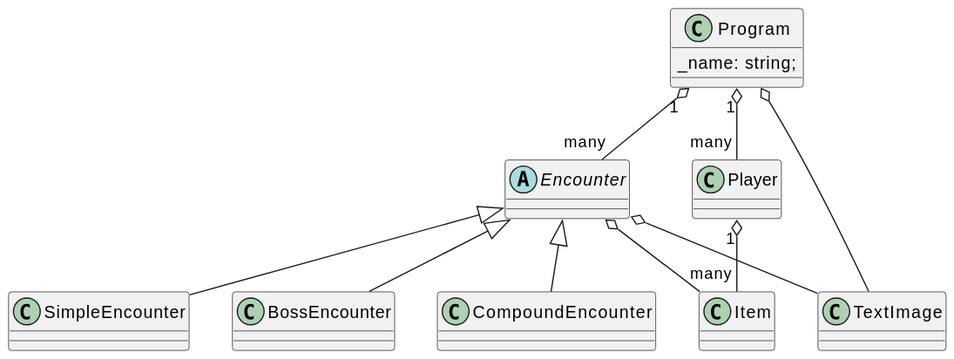
The PlantUML diagram out/ClassDiagram/Dungeon.svg in crewsbd/cse210, before a commit. Source of this version:
```plantuml
@startuml
static class Program {
    _name: string;
}
abstract class Encounter {

}
class SimpleEncounter {

}
class BossEncounter {

}
class CompoundEncounter {

}
class Player {

}
class Item {

}
class TextImage {

}

Encounter <|-- SimpleEncounter
Encounter <|-- BossEncounter
Encounter <|-- CompoundEncounter
Program "1" o-- "many" Encounter
Program "1" o-- "many" Player
Player "1" o-- "many" Item
Encounter o-- TextImage
Program o-- TextImage
Encounter o-- Item



@end

PlantUML version 1.2023.1(Sun Jan 29 04:58:56 PST 2023)
(GPL source distribution)
Java Runtime: Java(TM) SE Runtime Environment
JVM: Java HotSpot(TM) 64-Bit Server VM
Default Encoding: UTF-8
Language: en
Country: US
@enduml
```
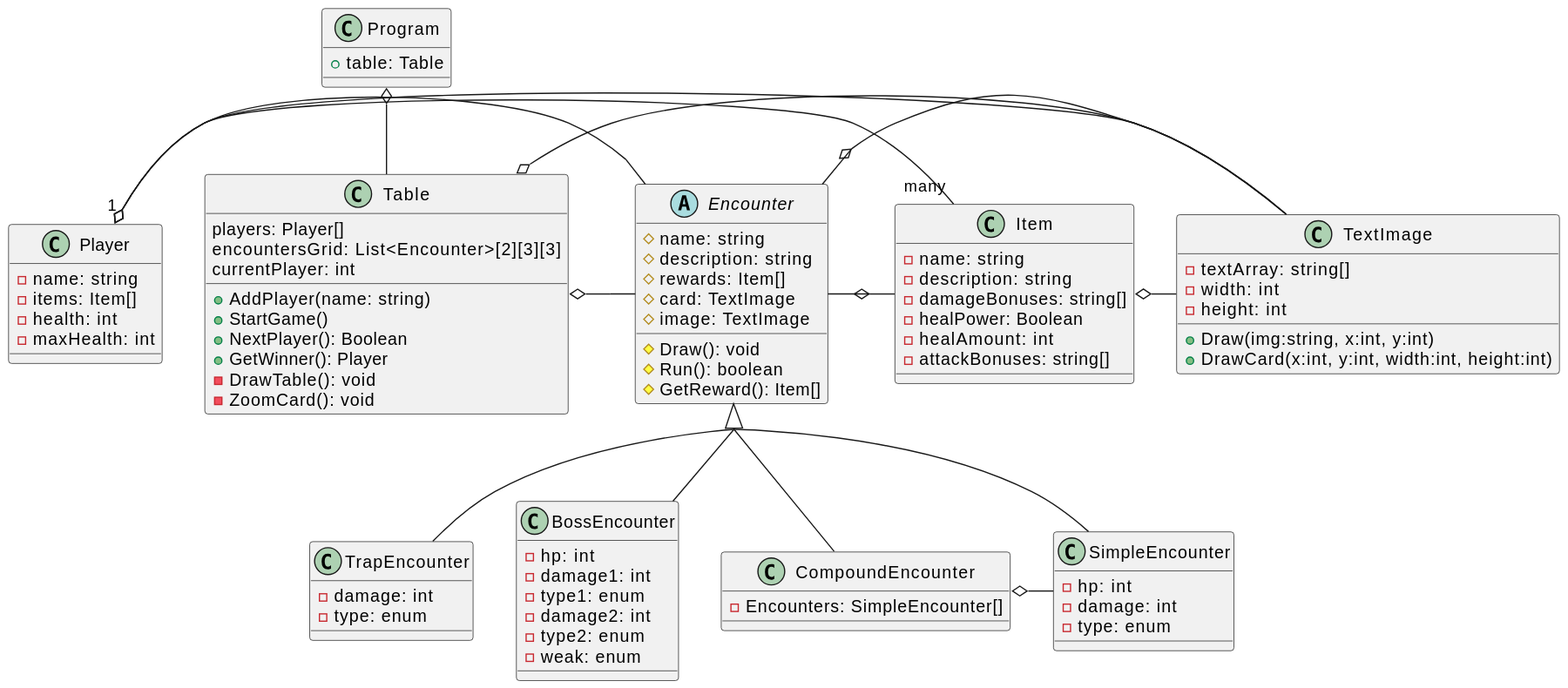
After the change.

The edit, as a diff of the source:
```diff
@@ -1,48 +1,88 @@
 @startuml
 static class Program {
-    _name: string;
+    +table: Table
 }
 abstract class Encounter {
-
+    #name: string
+    #description: string
+    #rewards: Item[]
+    #card: TextImage
+    #image: TextImage
+    #Draw(): void
+    #Run(): boolean
+    #GetReward(): Item[]
 }
-class SimpleEncounter {
-
-}
-class BossEncounter {
-
-}
-class CompoundEncounter {
-
+together {
+    class SimpleEncounter {
+        -hp: int
+        -damage: int
+        -type: enum
+    }
+    class BossEncounter {
+        -hp: int
+        -damage1: int
+        -type1: enum
+        -damage2: int
+        -type2: enum
+        -weak: enum
+    }
+    class CompoundEncounter {
+        -Encounters: SimpleEncounter[]
+    }
+    class TrapEncounter {
+        -damage: int
+        -type: enum
+    }
 }
 class Player {
+    -name: string
+    -items: Item[]
+    -health: int
+    -maxHealth: int
+}
+class Table {
+    players: Player[]
+    encountersGrid: List<Encounter>[2][3][3]
+    currentPlayer: int
 
+    +AddPlayer(name: string)
+    +StartGame()
+    +NextPlayer(): Boolean
+    +GetWinner(): Player
+    -DrawTable(): void
+    -ZoomCard(): void
 }
 class Item {
-
+    -name: string
+    -description: string
+    -damageBonuses: string[]
+    -healPower: Boolean
+    -healAmount: int
+    -attackBonuses: string[]
 }
 class TextImage {
+    -textArray: string[]
+    -width: int
+    -height: int
+    +Draw(img:string, x:int, y:int)
+    +DrawCard(x:int, y:int, width:int, height:int)
 
 }
 
+skinparam groupInheritance 2
+
+Program o-- Table
 Encounter <|-- SimpleEncounter
 Encounter <|-- BossEncounter
 Encounter <|-- CompoundEncounter
-Program "1" o-- "many" Encounter
-Program "1" o-- "many" Player
-Player "1" o-- "many" Item
-Encounter o-- TextImage
-Program o-- TextImage
-Encounter o-- Item
-
-
-
-@end
-
-PlantUML version 1.2023.1(Sun Jan 29 04:58:56 PST 2023)
-(GPL source distribution)
-Java Runtime: Java(TM) SE Runtime Environment
-JVM: Java HotSpot(TM) 64-Bit Server VM
-Default Encoding: UTF-8
-Language: en
-Country: US
+Encounter <|-- TrapEncounter
+Player "1" o- "many" Item
+Encounter o- TextImage
+Table o- TextImage
+Encounter o- Item
+Player o- Encounter
+Player o- TextImage
+Table o- Encounter
+Item o- TextImage
+CompoundEncounter o- SimpleEncounter
 @enduml
```
